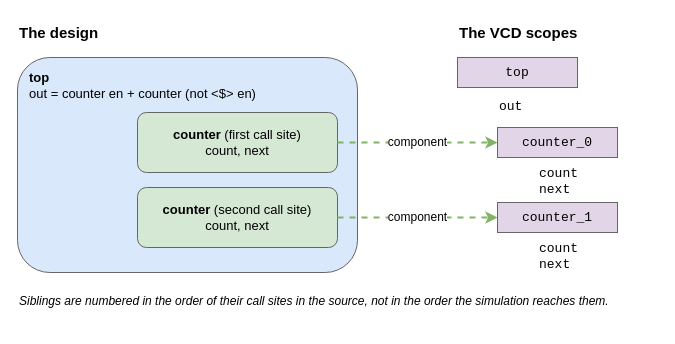
lmbollen/clash-circuit-context keeps this draw.io diagram as book/diagrams/hierarchy.drawio. Above is the earlier version. Source tidied: cells renumbered, new cells numbered last; positions are measured from the earlier drawing's top-left corner, leaving out a move shared by most shapes. Both pictures are drawn from the tidied source at 100%, with x=0, y=0 at pixel (17, 17).
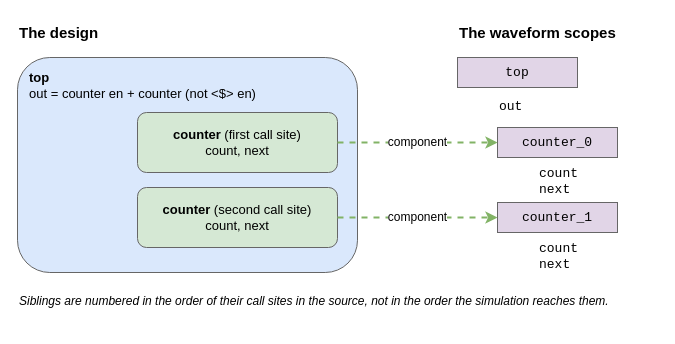
After the change.

Diff of the diagram source:
```diff
@@
 <mxGraphModel>
   <root>
     <mxCell id="0" />
     <mxCell id="1" parent="0" />
     <mxCell id="2" value="&lt;b&gt;The design&lt;/b&gt;" style="text;html=1;fontSize=15;align=left;" parent="1" vertex="1">
       <mxGeometry width="200" height="30" as="geometry" />
     </mxCell>
     <mxCell id="3" value="&lt;b&gt;top&lt;/b&gt;&lt;br&gt;out = counter en + counter (not &amp;lt;$&amp;gt; en)" style="rounded=1;whiteSpace=wrap;html=1;fontSize=13;fillColor=#dae8fc;strokeColor=#666666;align=left;verticalAlign=top;spacingLeft=10;spacingTop=6;" parent="1" vertex="1">
       <mxGeometry y="40" width="340" height="215" as="geometry" />
     </mxCell>
     <mxCell id="4" value="&lt;b&gt;counter&lt;/b&gt; (first call site)&lt;br&gt;count, next" style="rounded=1;whiteSpace=wrap;html=1;fontSize=13;fillColor=#d5e8d4;strokeColor=#666666;" parent="1" vertex="1">
       <mxGeometry x="120" y="95" width="200" height="60" as="geometry" />
     </mxCell>
     <mxCell id="5" value="&lt;b&gt;counter&lt;/b&gt; (second call site)&lt;br&gt;count, next" style="rounded=1;whiteSpace=wrap;html=1;fontSize=13;fillColor=#d5e8d4;strokeColor=#666666;" parent="1" vertex="1">
       <mxGeometry x="120" y="170" width="200" height="60" as="geometry" />
     </mxCell>
-    <mxCell id="6" value="&lt;b&gt;The VCD scopes&lt;/b&gt;" style="text;html=1;fontSize=15;align=left;" parent="1" vertex="1">
+    <mxCell id="6" value="&lt;b&gt;The waveform scopes&lt;/b&gt;" style="text;html=1;fontSize=15;align=left;" parent="1" vertex="1">
       <mxGeometry x="440" width="200" height="30" as="geometry" />
     </mxCell>
     <mxCell id="7" value="top" style="rounded=0;whiteSpace=wrap;html=1;fontSize=13;fillColor=#e1d5e7;strokeColor=#666666;fontFamily=Courier New;" parent="1" vertex="1">
       <mxGeometry x="440" y="40" width="120" height="30" as="geometry" />
     </mxCell>
     <mxCell id="8" value="out" style="text;html=1;fontSize=13;fontFamily=Courier New;align=left;" parent="1" vertex="1">
       <mxGeometry x="480" y="75" width="120" height="25" as="geometry" />
     </mxCell>
     <mxCell id="9" value="counter_0" style="rounded=0;whiteSpace=wrap;html=1;fontSize=13;fillColor=#e1d5e7;strokeColor=#666666;fontFamily=Courier New;" parent="1" vertex="1">
       <mxGeometry x="480" y="110" width="120" height="30" as="geometry" />
     </mxCell>
     <mxCell id="10" value="count&lt;br&gt;next" style="text;html=1;fontSize=13;fontFamily=Courier New;align=left;" parent="1" vertex="1">
       <mxGeometry x="520" y="142" width="120" height="40" as="geometry" />
     </mxCell>
     <mxCell id="11" value="counter_1" style="rounded=0;whiteSpace=wrap;html=1;fontSize=13;fillColor=#e1d5e7;strokeColor=#666666;fontFamily=Courier New;" parent="1" vertex="1">
       <mxGeometry x="480" y="185" width="120" height="30" as="geometry" />
     </mxCell>
     <mxCell id="12" value="count&lt;br&gt;next" style="text;html=1;fontSize=13;fontFamily=Courier New;align=left;" parent="1" vertex="1">
       <mxGeometry x="520" y="217" width="120" height="40" as="geometry" />
     </mxCell>
     <mxCell id="13" value="component" style="endArrow=classic;html=1;strokeWidth=2;strokeColor=#82b366;dashed=1;fontSize=12;labelBackgroundColor=default;" parent="1" edge="1" source="4" target="9">
       <mxGeometry relative="1" as="geometry" />
     </mxCell>
     <mxCell id="14" value="component" style="endArrow=classic;html=1;strokeWidth=2;strokeColor=#82b366;dashed=1;fontSize=12;labelBackgroundColor=default;" parent="1" edge="1" source="5" target="11">
       <mxGeometry relative="1" as="geometry" />
     </mxCell>
     <mxCell id="15" value="Siblings are numbered in the order of their call sites in the source, not in the order the simulation reaches them." style="text;html=1;fontSize=12;align=left;whiteSpace=wrap;fontStyle=2;" parent="1" vertex="1">
       <mxGeometry y="270" width="640" height="40" as="geometry" />
     </mxCell>
   </root>
 </mxGraphModel>
```
